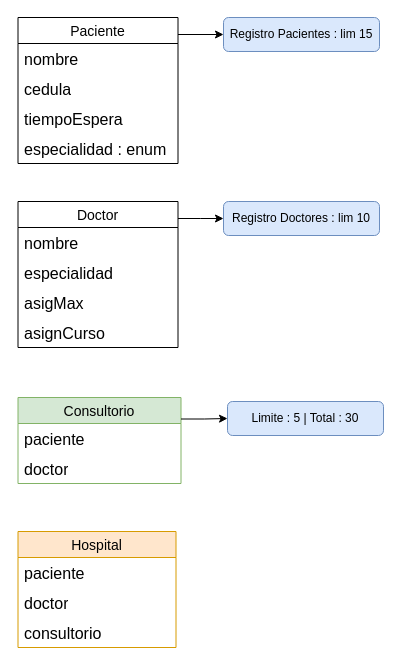
This is emmconsultorio.drawio from andresaguilar1125/emmconsultorio, a draw.io file, before an edit. Source tidied: cells renumbered, new cells numbered last; positions are measured from the earlier drawing's top-left corner, leaving out a move shared by most shapes. Both pictures are drawn from the tidied source at 100%, with x=0, y=0 at pixel (17, 17).
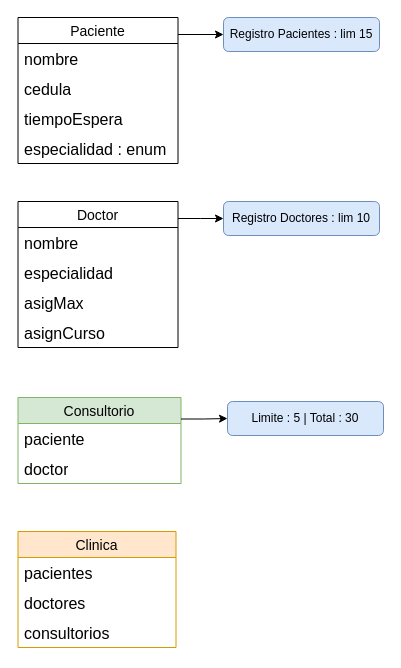
Above is the later version.

What changed in the source:
```diff
@@
-    <mxCell id="14" value="Hospital" style="swimlane;fontStyle=0;horizontal=1;startSize=26;align=center;fontSize=14;fillColor=#ffe6cc;strokeColor=#d79b00;" parent="1" vertex="1">
+    <mxCell id="14" value="Clinica" style="swimlane;fontStyle=0;horizontal=1;startSize=26;align=center;fontSize=14;fillColor=#ffe6cc;strokeColor=#d79b00;" parent="1" vertex="1">
       <mxGeometry x="0.5" y="514" width="158" height="116" as="geometry" />
     </mxCell>
-    <mxCell id="15" value="paciente" style="text;strokeColor=none;fillColor=none;spacingLeft=4;spacingRight=4;overflow=hidden;fontSize=16;whiteSpace=wrap;html=1;" parent="14" vertex="1">
+    <mxCell id="15" value="pacientes" style="text;strokeColor=none;fillColor=none;spacingLeft=4;spacingRight=4;overflow=hidden;fontSize=16;whiteSpace=wrap;html=1;" parent="14" vertex="1">
       <mxGeometry y="26" width="158" height="30" as="geometry" />
     </mxCell>
-    <mxCell id="16" value="doctor" style="text;strokeColor=none;fillColor=none;spacingLeft=4;spacingRight=4;overflow=hidden;fontSize=16;whiteSpace=wrap;html=1;" parent="14" vertex="1">
+    <mxCell id="16" value="doctores" style="text;strokeColor=none;fillColor=none;spacingLeft=4;spacingRight=4;overflow=hidden;fontSize=16;whiteSpace=wrap;html=1;" parent="14" vertex="1">
       <mxGeometry y="56" width="158" height="30" as="geometry" />
     </mxCell>
-    <mxCell id="17" value="consultorio" style="text;strokeColor=none;fillColor=none;spacingLeft=4;spacingRight=4;overflow=hidden;fontSize=16;whiteSpace=wrap;html=1;" parent="14" vertex="1">
+    <mxCell id="17" value="consultorios" style="text;strokeColor=none;fillColor=none;spacingLeft=4;spacingRight=4;overflow=hidden;fontSize=16;whiteSpace=wrap;html=1;" parent="14" vertex="1">
       <mxGeometry y="86" width="158" height="30" as="geometry" />
     </mxCell>
```
